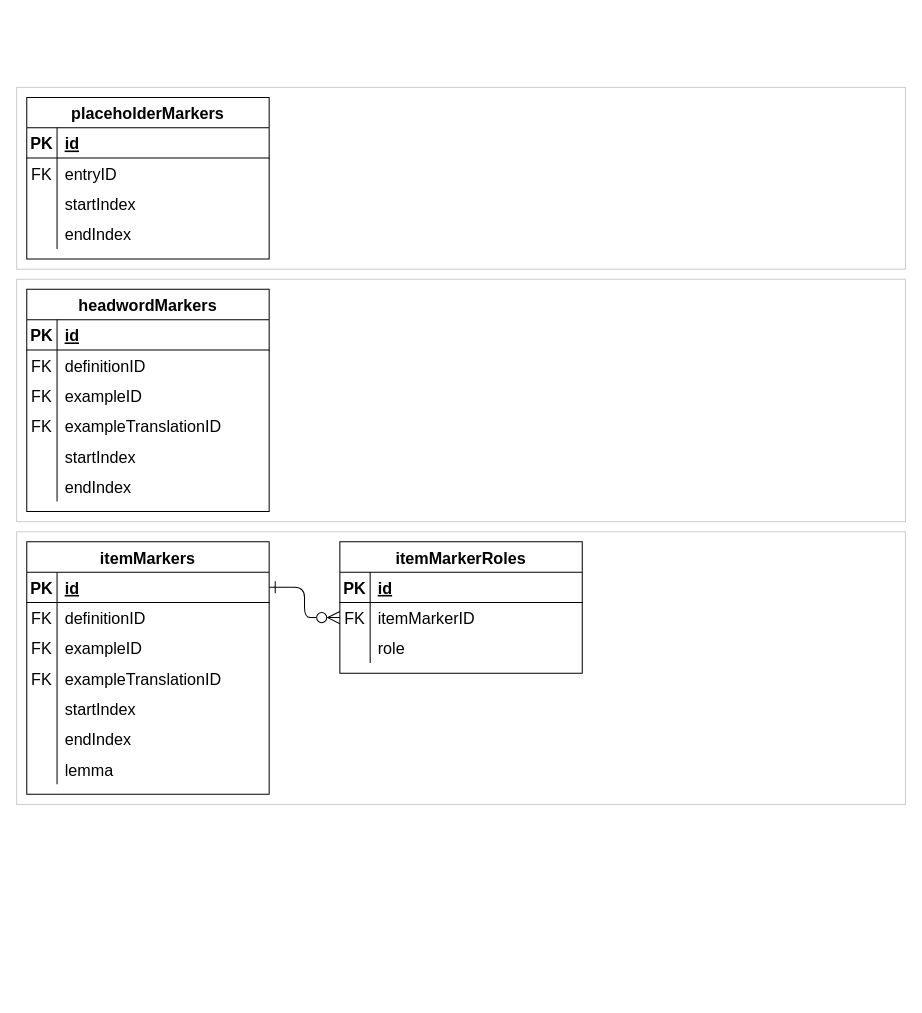
Above: dmlex-v1.0/specification/modules/annotation/databaseDiagrams/diagrams.drawio in oasis-tcs/lexidma (draw.io), before the change. Source tidied: cells renumbered, new cells numbered last; positions are measured from the earlier drawing's top-left corner, leaving out a move shared by most shapes. Both pictures are drawn from the tidied source at 101%, with x=0, y=0 at pixel (16, 87).
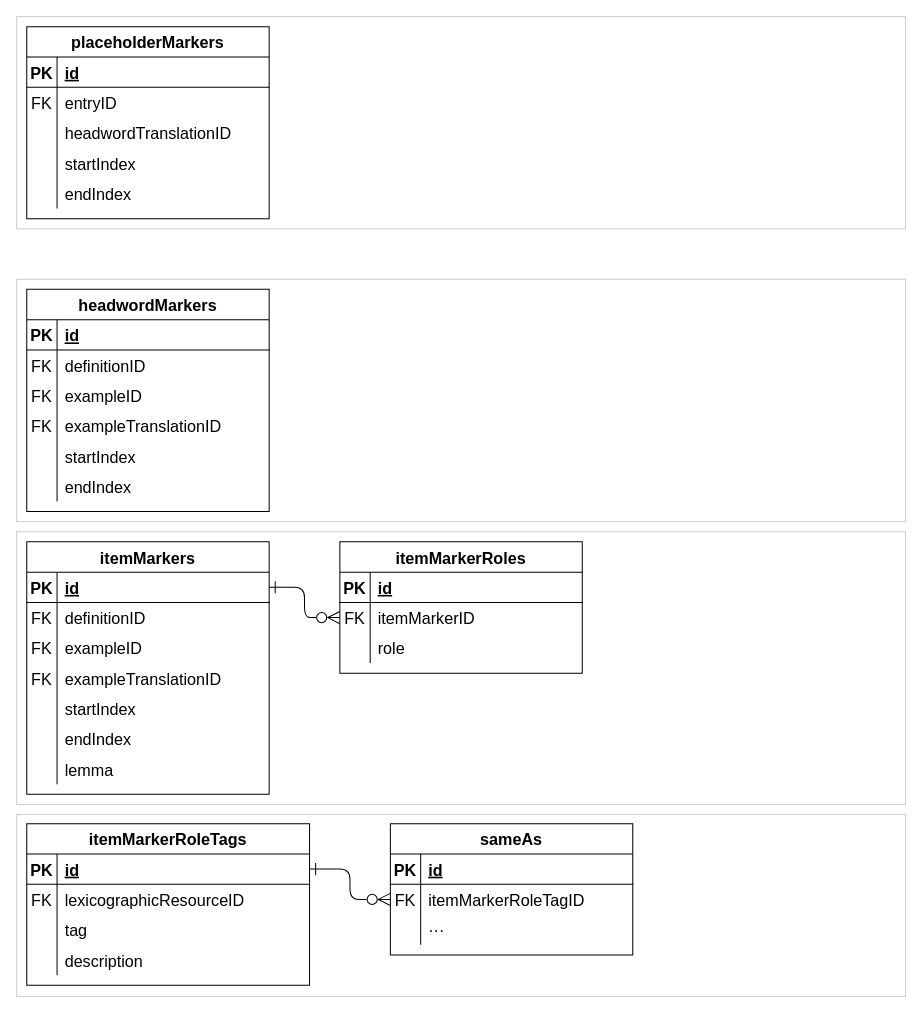
Above is the later version.

What changed in the source:
```diff
@@
     <mxCell id="4" style="rounded=0;whiteSpace=wrap;html=1;strokeColor=#CCCCCC;" parent="1" vertex="1">
-      <mxGeometry width="880" height="180" as="geometry" />
+      <mxGeometry y="-70" width="880" height="210" as="geometry" />
     </mxCell>
     <mxCell id="5" value="placeholderMarkers" style="shape=table;startSize=30;childLayout=tableLayout;rowLines=0;fontStyle=1;align=center;fontSize=16;" parent="1" vertex="1">
-      <mxGeometry x="10" y="10" width="240" height="160" as="geometry" />
+      <mxGeometry x="10" y="-60" width="240" height="190" as="geometry" />
     </mxCell>
@@
+    <mxCell id="70" style="shape=tableRow;horizontal=0;startSize=0;swimlaneHead=0;swimlaneBody=0;fillColor=none;top=0;left=0;right=0;bottom=0;fontSize=16;" parent="5" vertex="1">
+      <mxGeometry y="90" width="240" height="30" as="geometry" />
+    </mxCell>
+    <mxCell id="71" style="shape=partialRectangle;fillColor=none;top=0;left=0;bottom=0;right=0;overflow=hidden;fontSize=16;" parent="70" vertex="1">
+      <mxGeometry width="30" height="30" as="geometry" />
+    </mxCell>
+    <mxCell id="72" value="headwordTranslationID" style="shape=partialRectangle;fillColor=none;top=0;left=0;bottom=0;right=0;align=left;spacingLeft=6;overflow=hidden;fontSize=16;" parent="70" vertex="1">
+      <mxGeometry x="30" width="210" height="30" as="geometry" />
+    </mxCell>
     <mxCell id="12" style="shape=tableRow;horizontal=0;startSize=0;swimlaneHead=0;swimlaneBody=0;fillColor=none;top=0;left=0;right=0;bottom=0;fontSize=16;" parent="5" vertex="1">
-      <mxGeometry y="90" width="240" height="30" as="geometry" />
+      <mxGeometry y="120" width="240" height="30" as="geometry" />
     </mxCell>
@@
     <mxCell id="15" style="shape=tableRow;horizontal=0;startSize=0;swimlaneHead=0;swimlaneBody=0;fillColor=none;top=0;left=0;right=0;bottom=0;fontSize=16;" parent="5" vertex="1">
-      <mxGeometry y="120" width="240" height="30" as="geometry" />
+      <mxGeometry y="150" width="240" height="30" as="geometry" />
     </mxCell>
@@
+    <mxCell id="73" style="rounded=0;whiteSpace=wrap;html=1;strokeColor=#CCCCCC;" parent="1" vertex="1">
+      <mxGeometry y="720" width="880" height="180" as="geometry" />
+    </mxCell>
+    <mxCell id="74" value="itemMarkerRoleTags" style="shape=table;startSize=30;childLayout=tableLayout;rowLines=0;fontStyle=1;align=center;fontSize=16;" parent="1" vertex="1">
+      <mxGeometry x="10" y="729" width="280" height="160" as="geometry" />
+    </mxCell>
+    <mxCell id="75" style="shape=tableRow;horizontal=0;startSize=0;swimlaneHead=0;swimlaneBody=0;fillColor=none;points=[[0,0.5],[1,0.5]];portConstraint=eastwest;top=0;left=0;right=0;bottom=1;fontSize=16;" parent="74" vertex="1">
+      <mxGeometry y="30" width="280" height="30" as="geometry" />
+    </mxCell>
+    <mxCell id="76" value="PK" style="shape=partialRectangle;fillColor=none;top=0;left=0;bottom=0;right=0;fontStyle=1;overflow=hidden;fontSize=16;" parent="75" vertex="1">
+      <mxGeometry width="30" height="30" as="geometry" />
+    </mxCell>
+    <mxCell id="77" value="id" style="shape=partialRectangle;fillColor=none;top=0;left=0;bottom=0;right=0;align=left;spacingLeft=6;fontStyle=5;overflow=hidden;fontSize=16;" parent="75" vertex="1">
+      <mxGeometry x="30" width="250" height="30" as="geometry" />
+    </mxCell>
+    <mxCell id="78" style="shape=tableRow;horizontal=0;startSize=0;swimlaneHead=0;swimlaneBody=0;fillColor=none;top=0;left=0;right=0;bottom=0;fontSize=16;" parent="74" vertex="1">
+      <mxGeometry y="60" width="280" height="30" as="geometry" />
+    </mxCell>
+    <mxCell id="79" value="FK" style="shape=partialRectangle;fillColor=none;top=0;left=0;bottom=0;right=0;overflow=hidden;fontSize=16;" parent="78" vertex="1">
+      <mxGeometry width="30" height="30" as="geometry" />
+    </mxCell>
+    <mxCell id="80" value="lexicographicResourceID" style="shape=partialRectangle;fillColor=none;top=0;left=0;bottom=0;right=0;align=left;spacingLeft=6;overflow=hidden;fontSize=16;" parent="78" vertex="1">
+      <mxGeometry x="30" width="250" height="30" as="geometry" />
+    </mxCell>
+    <mxCell id="81" style="shape=tableRow;horizontal=0;startSize=0;swimlaneHead=0;swimlaneBody=0;fillColor=none;top=0;left=0;right=0;bottom=0;fontSize=16;" parent="74" vertex="1">
+      <mxGeometry y="90" width="280" height="30" as="geometry" />
+    </mxCell>
+    <mxCell id="82" style="shape=partialRectangle;fillColor=none;top=0;left=0;bottom=0;right=0;overflow=hidden;fontSize=16;" parent="81" vertex="1">
+      <mxGeometry width="30" height="30" as="geometry" />
+    </mxCell>
+    <mxCell id="83" value="tag" style="shape=partialRectangle;fillColor=none;top=0;left=0;bottom=0;right=0;align=left;spacingLeft=6;overflow=hidden;fontSize=16;" parent="81" vertex="1">
+      <mxGeometry x="30" width="250" height="30" as="geometry" />
+    </mxCell>
+    <mxCell id="84" style="shape=tableRow;horizontal=0;startSize=0;swimlaneHead=0;swimlaneBody=0;fillColor=none;top=0;left=0;right=0;bottom=0;fontSize=16;" parent="74" vertex="1">
+      <mxGeometry y="120" width="280" height="30" as="geometry" />
+    </mxCell>
+    <mxCell id="85" style="shape=partialRectangle;fillColor=none;top=0;left=0;bottom=0;right=0;overflow=hidden;fontSize=16;" parent="84" vertex="1">
+      <mxGeometry width="30" height="30" as="geometry" />
+    </mxCell>
+    <mxCell id="86" value="description" style="shape=partialRectangle;fillColor=none;top=0;left=0;bottom=0;right=0;align=left;spacingLeft=6;overflow=hidden;fontSize=16;" parent="84" vertex="1">
+      <mxGeometry x="30" width="250" height="30" as="geometry" />
+    </mxCell>
+    <mxCell id="87" value="sameAs" style="shape=table;startSize=30;childLayout=tableLayout;rowLines=0;fontStyle=1;align=center;fontSize=16;" parent="1" vertex="1">
+      <mxGeometry x="370" y="729" width="240" height="130" as="geometry" />
+    </mxCell>
+    <mxCell id="88" style="shape=tableRow;horizontal=0;startSize=0;swimlaneHead=0;swimlaneBody=0;fillColor=none;top=0;left=0;right=0;bottom=1;fontSize=16;" parent="87" vertex="1">
+      <mxGeometry y="30" width="240" height="30" as="geometry" />
+    </mxCell>
+    <mxCell id="89" value="PK" style="shape=partialRectangle;fillColor=none;top=0;left=0;bottom=0;right=0;fontStyle=1;overflow=hidden;fontSize=16;" parent="88" vertex="1">
+      <mxGeometry width="30" height="30" as="geometry" />
+    </mxCell>
+    <mxCell id="90" value="id" style="shape=partialRectangle;fillColor=none;top=0;left=0;bottom=0;right=0;align=left;spacingLeft=6;fontStyle=5;overflow=hidden;fontSize=16;" parent="88" vertex="1">
+      <mxGeometry x="30" width="210" height="30" as="geometry" />
+    </mxCell>
+    <mxCell id="91" style="shape=tableRow;horizontal=0;startSize=0;swimlaneHead=0;swimlaneBody=0;fillColor=none;points=[[0,0.5],[1,0.5]];portConstraint=eastwest;top=0;left=0;right=0;bottom=0;fontSize=16;" parent="87" vertex="1">
+      <mxGeometry y="60" width="240" height="30" as="geometry" />
+    </mxCell>
+    <mxCell id="92" value="FK" style="shape=partialRectangle;fillColor=none;top=0;left=0;bottom=0;right=0;overflow=hidden;fontSize=16;" parent="91" vertex="1">
+      <mxGeometry width="30" height="30" as="geometry" />
+    </mxCell>
+    <mxCell id="93" value="itemMarkerRoleTagID" style="shape=partialRectangle;fillColor=none;top=0;left=0;bottom=0;right=0;align=left;spacingLeft=6;overflow=hidden;fontSize=16;" parent="91" vertex="1">
+      <mxGeometry x="30" width="210" height="30" as="geometry" />
+    </mxCell>
+    <mxCell id="94" style="shape=tableRow;horizontal=0;startSize=0;swimlaneHead=0;swimlaneBody=0;fillColor=none;top=0;left=0;right=0;bottom=0;fontSize=16;" parent="87" vertex="1">
+      <mxGeometry y="90" width="240" height="30" as="geometry" />
+    </mxCell>
+    <mxCell id="95" style="shape=partialRectangle;fillColor=none;top=0;left=0;bottom=0;right=0;overflow=hidden;fontSize=16;" parent="94" vertex="1">
+      <mxGeometry width="30" height="30" as="geometry" />
+    </mxCell>
+    <mxCell id="96" value="···" style="shape=partialRectangle;fillColor=none;top=0;left=0;bottom=0;right=0;align=left;spacingLeft=6;overflow=hidden;fontSize=16;" parent="94" vertex="1">
+      <mxGeometry x="30" width="210" height="30" as="geometry" />
+    </mxCell>
+    <mxCell id="97" style="edgeStyle=orthogonalEdgeStyle;rounded=1;jettySize=auto;html=1;entryX=0;entryY=0.5;entryDx=0;entryDy=0;endArrow=ERzeroToMany;startArrow=ERone;startFill=0;endFill=0;startSize=10;endSize=10;" parent="1" edge="1" source="75" target="91">
+      <mxGeometry relative="1" as="geometry" />
+    </mxCell>
```
